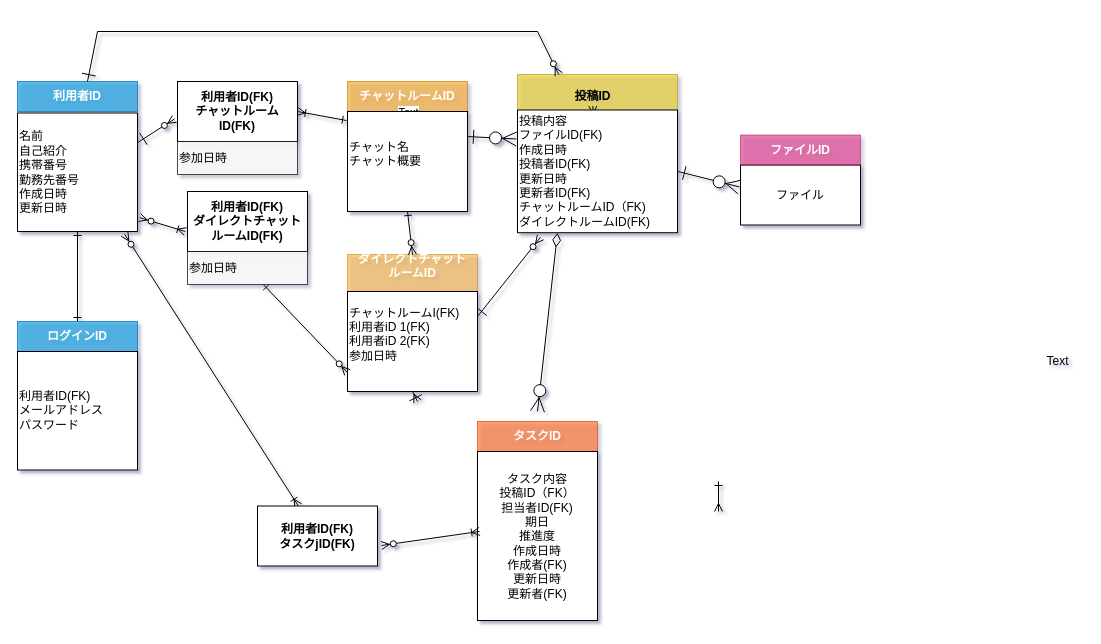
This is db/db-challenge1/db-challenge1.drawio from Yuina1012/quelcode-db, a draw.io file, before an edit. Source tidied: cells renumbered, new cells numbered last; positions are measured from the earlier drawing's top-left corner, leaving out a move shared by most shapes. Both pictures are drawn from the tidied source at 100%, with x=0, y=0 at pixel (17, 31).
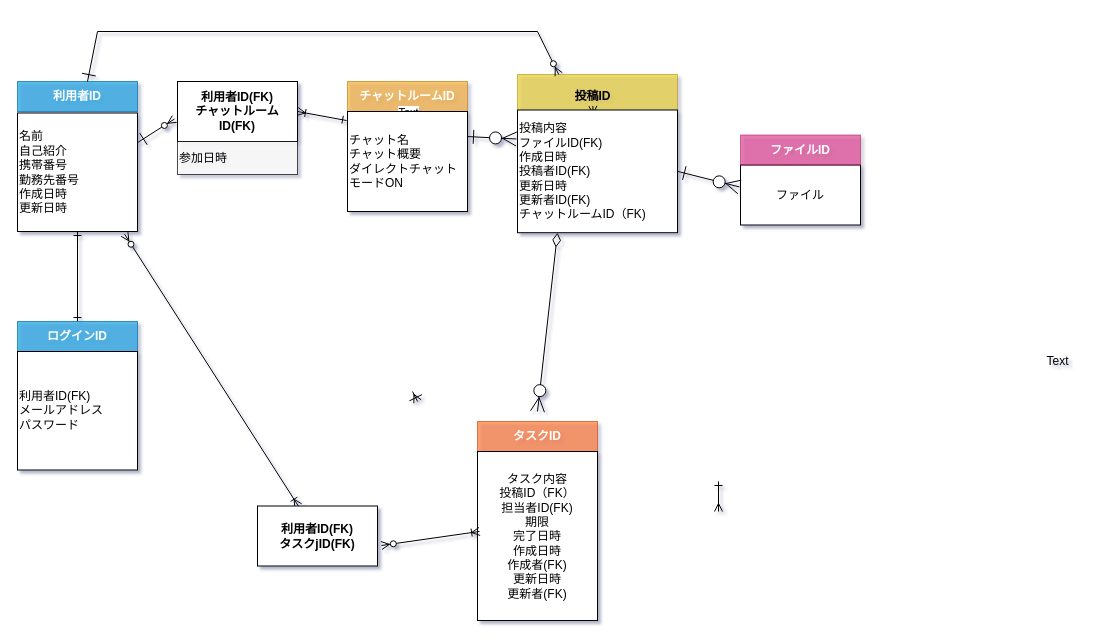
The same page after the edit.

Commit message:
ダイレクトメッセージテーブル削除

Unchanged cells that the change refers to:
```xml
<mxCell id="5" value="名前&lt;br&gt;自己紹介&lt;br&gt;携帯番号&lt;br&gt;勤務先番号&lt;br&gt;作成日時&lt;br&gt;更新日時" style="rounded=0;whiteSpace=wrap;html=1;align=left;" parent="1" vertex="1">
  <mxGeometry y="81.5" width="120" height="118.5" as="geometry" />
</mxCell>
<mxCell id="22" style="rounded=0;whiteSpace=wrap;html=1;fillColor=#e3c800;strokeColor=#B09500;fontColor=#ffffff;opacity=60;" parent="1" vertex="1">
  <mxGeometry x="500" y="43" width="160" height="157" as="geometry" />
</mxCell>
```

Diff of the diagram source:
```diff
@@
-    <mxCell id="14" value="チャット名&lt;br&gt;&lt;div&gt;チャット概要&lt;/div&gt;&lt;div&gt;&lt;br&gt;&lt;/div&gt;" style="rounded=0;whiteSpace=wrap;html=1;align=left;" parent="1" vertex="1">
+    <mxCell id="14" value="チャット名&lt;br&gt;&lt;div&gt;チャット概要&lt;/div&gt;&lt;div&gt;ダイレクトチャットモードON&lt;/div&gt;" style="rounded=0;whiteSpace=wrap;html=1;align=left;" parent="1" vertex="1">
       <mxGeometry x="330" y="80" width="120" height="100" as="geometry" />
     </mxCell>
@@
-    <mxCell id="17" value="&lt;b&gt;ダイレクトチャット&lt;br&gt;ルームID&lt;br&gt;&lt;br&gt;&lt;/b&gt;" style="rounded=0;whiteSpace=wrap;html=1;fillColor=#f0a30a;strokeColor=#BD7000;fontColor=#ffffff;opacity=50;" parent="1" vertex="1">
-      <mxGeometry x="330" y="223" width="130" height="37" as="geometry" />
-    </mxCell>
-    <mxCell id="18" style="edgeStyle=none;rounded=0;jumpSize=12;jettySize=auto;html=1;exitX=1;exitY=0.25;exitDx=0;exitDy=0;entryX=0.144;entryY=1.037;entryDx=0;entryDy=0;entryPerimeter=0;startArrow=ERone;startFill=0;startSize=11;endArrow=ERzeroToMany;endFill=1;endSize=6;strokeWidth=1;" parent="1" edge="1" source="21" target="25">
-      <mxGeometry relative="1" as="geometry" />
-    </mxCell>
-    <mxCell id="19" style="edgeStyle=none;rounded=0;jumpSize=12;jettySize=auto;html=1;exitX=0.5;exitY=1;exitDx=0;exitDy=0;startArrow=ERone;startFill=0;startSize=12;endArrow=ERmany;endFill=0;endSize=6;strokeColor=#000000;strokeWidth=1;" parent="1" edge="1" source="21">
+    <mxCell id="19" style="edgeStyle=none;rounded=0;jumpSize=12;orthogonalLoop=1;jettySize=auto;html=1;exitX=0.5;exitY=1;exitDx=0;exitDy=0;startArrow=ERone;startFill=0;startSize=12;endArrow=ERmany;endFill=0;endSize=6;strokeColor=#000000;strokeWidth=1;" parent="1" edge="1">
       <mxGeometry relative="1" as="geometry">
+        <mxPoint x="395" y="360" as="sourcePoint" />
         <mxPoint x="400" y="370" as="targetPoint" />
       </mxGeometry>
     </mxCell>
-    <mxCell id="20" style="edgeStyle=none;rounded=0;jettySize=auto;html=1;entryX=1.017;entryY=0.883;entryDx=0;entryDy=0;entryPerimeter=0;startArrow=ERoneToMany;startFill=0;endArrow=ERzeroToMany;endFill=1;exitX=-0.017;exitY=0.667;exitDx=0;exitDy=0;exitPerimeter=0;" parent="1" edge="1" source="38" target="5">
-      <mxGeometry relative="1" as="geometry" />
-    </mxCell>
-    <mxCell id="21" value="チャットルームI(FK)&lt;br&gt;&lt;div&gt;&lt;span&gt;利用者iD 1(FK)&lt;/span&gt;&lt;/div&gt;&lt;div&gt;&lt;div&gt;利用者iD 2(FK)&lt;/div&gt;&lt;div&gt;&lt;span&gt;参加日時&lt;/span&gt;&lt;br&gt;&lt;/div&gt;&lt;div&gt;&lt;br&gt;&lt;/div&gt;&lt;/div&gt;" style="rounded=0;whiteSpace=wrap;html=1;align=left;" parent="1" vertex="1">
-      <mxGeometry x="330" y="260" width="130" height="100" as="geometry" />
-    </mxCell>
@@
-    <mxCell id="25" value="投稿内容&lt;br&gt;ファイルID(FK)&lt;br&gt;作成日時&lt;br&gt;投稿者ID(FK)&lt;br&gt;更新日時&lt;br&gt;更新者ID(FK)&lt;br&gt;チャットルームID（FK)&lt;br&gt;ダイレクトルームID(FK)" style="rounded=0;whiteSpace=wrap;html=1;align=left;" parent="22" vertex="1">
+    <mxCell id="25" value="投稿内容&lt;br&gt;ファイルID(FK)&lt;br&gt;作成日時&lt;br&gt;投稿者ID(FK)&lt;br&gt;更新日時&lt;br&gt;更新者ID(FK)&lt;br&gt;チャットルームID（FK)&lt;br&gt;" style="rounded=0;whiteSpace=wrap;html=1;align=left;" parent="22" vertex="1">
       <mxGeometry y="35.5" width="160" height="122.7" as="geometry" />
     </mxCell>
@@
-    <mxCell id="33" value="タスク内容&lt;br&gt;投稿ID（FK）&lt;br&gt;担当者ID(FK)&lt;br&gt;期日&lt;br&gt;推進度&lt;br&gt;作成日時&lt;br&gt;作成者(FK)&lt;br&gt;更新日時&lt;br&gt;更新者(FK)" style="rounded=0;whiteSpace=wrap;html=1;" parent="1" vertex="1">
+    <mxCell id="33" value="タスク内容&lt;br&gt;投稿ID（FK）&lt;br&gt;担当者ID(FK)&lt;br&gt;期限&lt;br&gt;完了日時&lt;br&gt;作成日時&lt;br&gt;作成者(FK)&lt;br&gt;更新日時&lt;br&gt;更新者(FK)" style="rounded=0;whiteSpace=wrap;html=1;" parent="1" vertex="1">
       <mxGeometry x="460" y="420" width="120" height="169" as="geometry" />
     </mxCell>
@@
-    <mxCell id="35" style="edgeStyle=none;rounded=0;jumpSize=12;jettySize=auto;html=1;entryX=0.5;entryY=0;entryDx=0;entryDy=0;startArrow=ERone;startFill=0;startSize=6;endArrow=ERzeroToMany;endFill=1;endSize=6;strokeWidth=1;exitX=0.5;exitY=1;exitDx=0;exitDy=0;" parent="1" edge="1" source="14" target="17">
-      <mxGeometry relative="1" as="geometry" />
-    </mxCell>
@@
-    <mxCell id="38" value="&lt;b&gt;利用者ID(FK)&lt;br&gt;ダイレクトチャットルームID(FK)&lt;br&gt;&lt;/b&gt;" style="rounded=0;whiteSpace=wrap;html=1;" parent="1" vertex="1">
-      <mxGeometry x="170" y="160" width="120" height="60" as="geometry" />
-    </mxCell>
-    <mxCell id="39" style="edgeStyle=none;rounded=0;jettySize=auto;html=1;entryX=0;entryY=0.81;entryDx=0;entryDy=0;entryPerimeter=0;startArrow=ERone;startFill=0;endArrow=ERzeroToMany;endFill=1;" parent="1" edge="1" source="40" target="21">
-      <mxGeometry relative="1" as="geometry" />
-    </mxCell>
-    <mxCell id="40" value="参加日時" style="rounded=0;whiteSpace=wrap;html=1;opacity=70;align=left;" parent="1" vertex="1">
-      <mxGeometry x="170" y="220" width="120" height="33" as="geometry" />
-    </mxCell>
```
